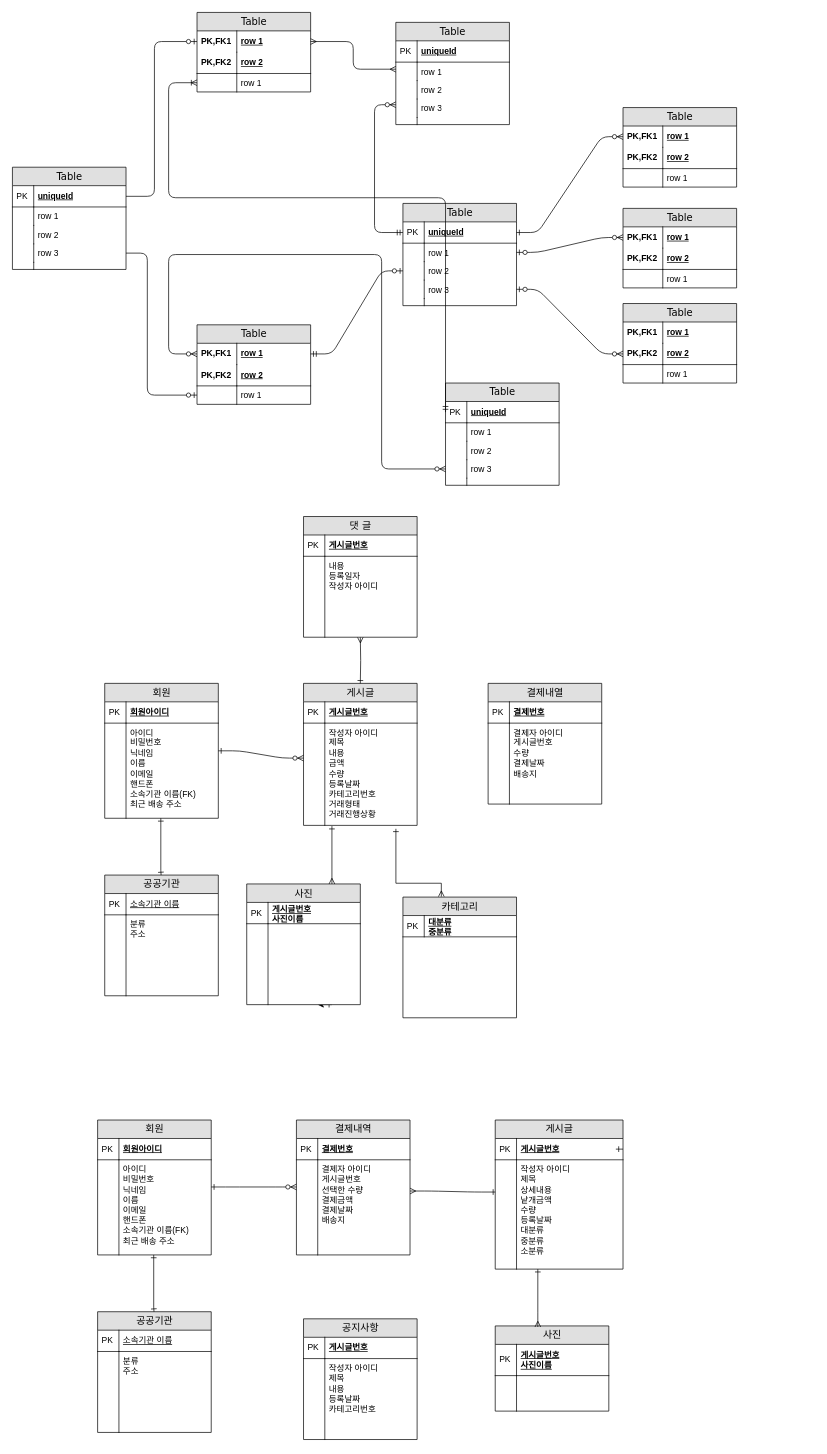
The draw.io diagram Untitled Diagram.drawio in RealWarm/Algorithm, before the edit. Source tidied: cells renumbered, new cells numbered last; positions are measured from the earlier drawing's top-left corner, leaving out a move shared by most shapes. Both pictures are drawn from the tidied source at 71%, with x=0, y=0 at pixel (12, 12).
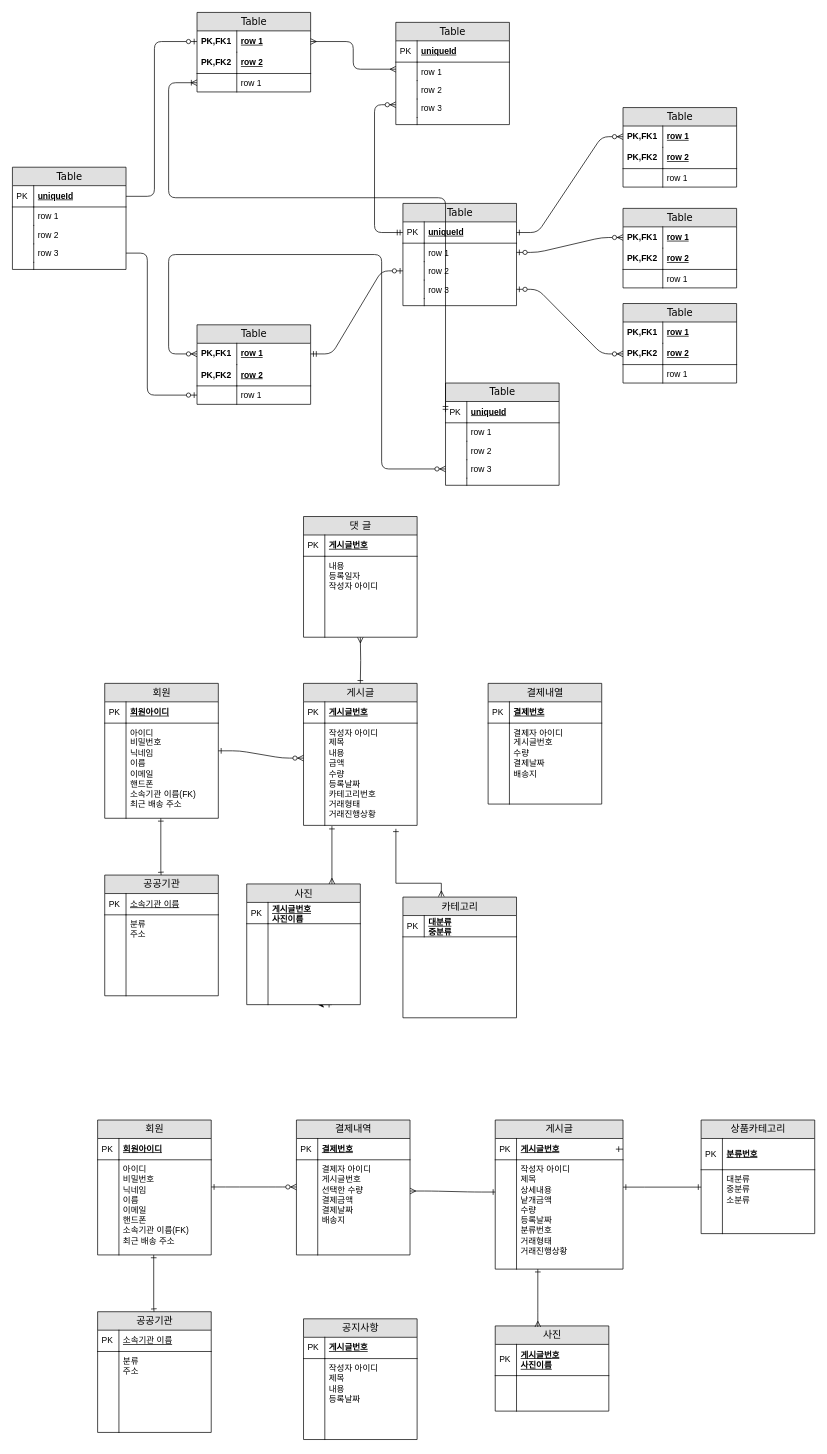
After the change.

The change refers to these unchanged cells:
```xml
<mxCell id="147" value="게시글" style="swimlane;html=1;fontStyle=0;horizontal=1;startSize=26;fillColor=#e0e0e0;swimlaneFillColor=#ffffff;align=center;rounded=0;shadow=0;comic=0;labelBackgroundColor=none;strokeWidth=1;fontFamily=Verdana;fontSize=14;" parent="1" vertex="1">
  <mxGeometry x="680" y="1560" width="180" height="210" as="geometry" />
</mxCell>
<mxCell id="159" value="공지사항" style="swimlane;html=1;fontStyle=0;horizontal=1;startSize=26;fillColor=#e0e0e0;swimlaneFillColor=#ffffff;align=center;rounded=0;shadow=0;comic=0;labelBackgroundColor=none;strokeWidth=1;fontFamily=Verdana;fontSize=14;" parent="1" vertex="1">
  <mxGeometry x="410" y="1840" width="160" height="170" as="geometry" />
</mxCell>
```

Diff of the diagram source:
```diff
@@
-    <mxCell id="150" value="작성자 아이디&lt;br&gt;제목&lt;br&gt;상세내용&lt;br&gt;낱개금액&lt;br&gt;수량&lt;br&gt;등록날짜&lt;br&gt;대분류&lt;br&gt;중분류&lt;br&gt;소분류" style="shape=partialRectangle;top=0;left=0;right=0;bottom=0;html=1;align=left;verticalAlign=top;fillColor=none;spacingLeft=34;spacingRight=4;whiteSpace=wrap;overflow=hidden;points=[[0,0.5],[1,0.5]];portConstraint=eastwest;" parent="147" vertex="1">
+    <mxCell id="150" value="작성자 아이디&lt;br&gt;제목&lt;br&gt;상세내용&lt;br&gt;낱개금액&lt;br&gt;수량&lt;br&gt;등록날짜&lt;br&gt;분류번호&lt;br&gt;거래형태&lt;br&gt;거래진행상황&lt;br&gt;" style="shape=partialRectangle;top=0;left=0;right=0;bottom=0;html=1;align=left;verticalAlign=top;fillColor=none;spacingLeft=34;spacingRight=4;whiteSpace=wrap;overflow=hidden;points=[[0,0.5],[1,0.5]];portConstraint=eastwest;" parent="147" vertex="1">
       <mxGeometry y="56" width="180" height="154" as="geometry" />
     </mxCell>
@@
-    <mxCell id="162" value="작성자 아이디&lt;br&gt;제목&lt;br&gt;내용&lt;br&gt;등록날짜&lt;br&gt;카테고리번호" style="shape=partialRectangle;top=0;left=0;right=0;bottom=0;html=1;align=left;verticalAlign=top;fillColor=none;spacingLeft=34;spacingRight=4;whiteSpace=wrap;overflow=hidden;" parent="159" vertex="1">
+    <mxCell id="162" value="작성자 아이디&lt;br&gt;제목&lt;br&gt;내용&lt;br&gt;등록날짜" style="shape=partialRectangle;top=0;left=0;right=0;bottom=0;html=1;align=left;verticalAlign=top;fillColor=none;spacingLeft=34;spacingRight=4;whiteSpace=wrap;overflow=hidden;" parent="159" vertex="1">
       <mxGeometry y="56" width="160" height="114" as="geometry" />
     </mxCell>
@@
+    <mxCell id="165" value="상품카테고리" style="swimlane;html=1;fontStyle=0;horizontal=1;startSize=26;fillColor=#e0e0e0;swimlaneFillColor=#ffffff;align=center;rounded=0;shadow=0;comic=0;labelBackgroundColor=none;strokeWidth=1;fontFamily=Verdana;fontSize=14;" parent="1" vertex="1">
+      <mxGeometry x="970" y="1560" width="160" height="160" as="geometry" />
+    </mxCell>
+    <mxCell id="166" value="분류번호" style="shape=partialRectangle;top=0;left=0;right=0;bottom=1;html=1;align=left;verticalAlign=middle;fillColor=none;spacingLeft=34;spacingRight=4;whiteSpace=wrap;overflow=hidden;fontStyle=5;" parent="165" vertex="1">
+      <mxGeometry y="26" width="160" height="44" as="geometry" />
+    </mxCell>
+    <mxCell id="167" value="PK" style="shape=partialRectangle;top=0;left=0;bottom=0;html=1;fillColor=none;align=left;verticalAlign=middle;spacingLeft=4;spacingRight=4;whiteSpace=wrap;overflow=hidden;" parent="166" vertex="1">
+      <mxGeometry width="30" height="44" as="geometry" />
+    </mxCell>
+    <mxCell id="168" value="대분류&lt;br&gt;중분류&lt;br&gt;소분류" style="shape=partialRectangle;top=0;left=0;right=0;bottom=0;html=1;align=left;verticalAlign=top;fillColor=none;spacingLeft=34;spacingRight=4;whiteSpace=wrap;overflow=hidden;" parent="165" vertex="1">
+      <mxGeometry y="70" width="160" height="90" as="geometry" />
+    </mxCell>
+    <mxCell id="169" style="shape=partialRectangle;top=0;left=0;bottom=0;html=1;fillColor=none;align=left;verticalAlign=top;spacingLeft=4;spacingRight=4;whiteSpace=wrap;overflow=hidden;" parent="168" vertex="1">
+      <mxGeometry width="30" height="90" as="geometry" />
+    </mxCell>
+    <mxCell id="170" style="edgeStyle=orthogonalEdgeStyle;rounded=0;orthogonalLoop=1;jettySize=auto;html=1;startArrow=ERone;startFill=0;endArrow=ERone;endFill=0;" parent="1" edge="1">
+      <mxGeometry relative="1" as="geometry">
+        <mxPoint x="860" y="1654.5" as="sourcePoint" />
+        <mxPoint x="970" y="1654.5" as="targetPoint" />
+        <Array as="points">
+          <mxPoint x="890" y="1654.5" />
+          <mxPoint x="890" y="1654.5" />
+        </Array>
+      </mxGeometry>
+    </mxCell>
```
